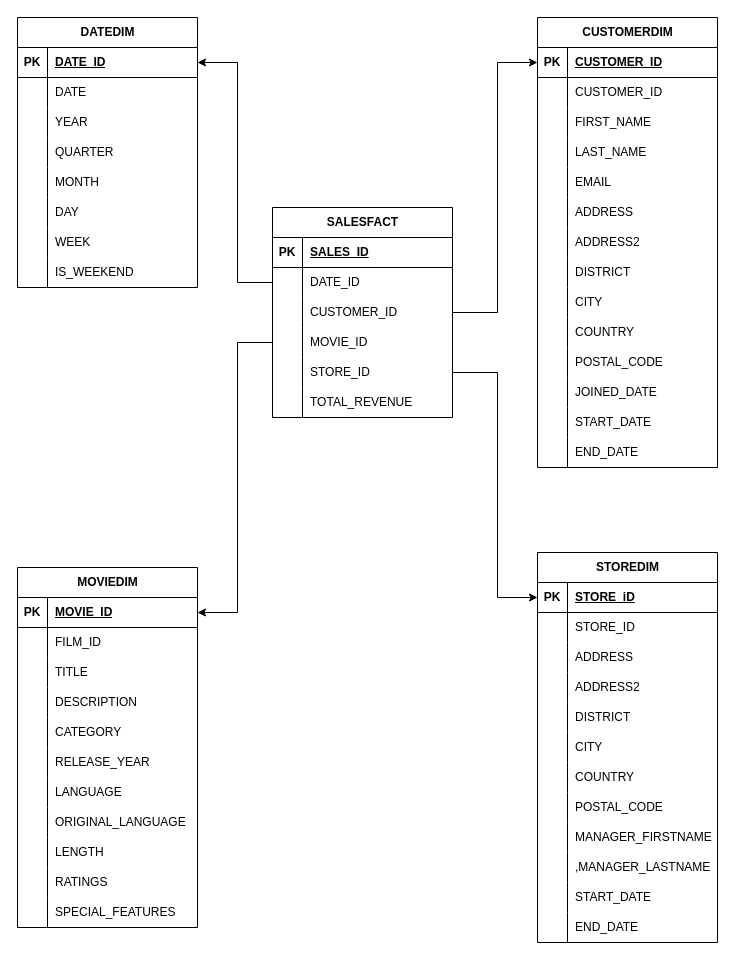
Earlier version of the draw.io diagram SCHEMA-DVDRENTAL.drawio (roqjayson/DEPA). Source tidied: cells renumbered, new cells numbered last; positions are measured from the earlier drawing's top-left corner, leaving out a move shared by most shapes. Both pictures are drawn from the tidied source at 100%, with x=0, y=0 at pixel (17, 17).
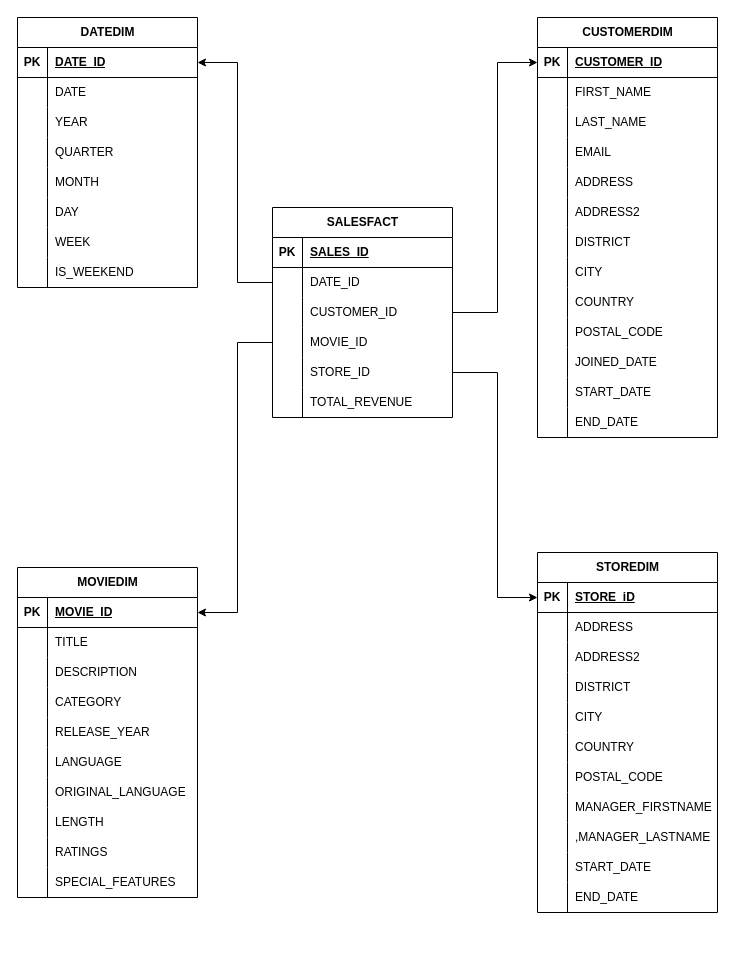
The same page after the edit.

What changed in the source:
```diff
@@
     <mxCell id="46" value="CUSTOMERDIM" style="shape=table;startSize=30;childLayout=tableLayout;rowLines=0;fontStyle=1;align=center;html=1;" parent="1" vertex="1">
-      <mxGeometry x="520" width="180" height="450" as="geometry" />
+      <mxGeometry x="520" width="180" height="420" as="geometry" />
     </mxCell>
@@
-    <mxCell id="50" style="shape=tableRow;horizontal=0;startSize=0;swimlaneHead=0;swimlaneBody=0;fillColor=none;top=0;left=0;right=0;bottom=0;" parent="46" vertex="1">
-      <mxGeometry y="60" width="180" height="30" as="geometry" />
-    </mxCell>
-    <mxCell id="51" style="shape=partialRectangle;fillColor=none;top=0;left=0;bottom=0;right=0;overflow=hidden;whiteSpace=wrap;html=1;" parent="50" vertex="1">
-      <mxGeometry width="30" height="30" as="geometry" />
-    </mxCell>
-    <mxCell id="52" value="CUSTOMER_ID" style="shape=partialRectangle;fillColor=none;top=0;left=0;bottom=0;right=0;align=left;spacingLeft=6;overflow=hidden;whiteSpace=wrap;html=1;" parent="50" vertex="1">
-      <mxGeometry x="30" width="150" height="30" as="geometry" />
-    </mxCell>
     <mxCell id="53" style="shape=tableRow;horizontal=0;startSize=0;swimlaneHead=0;swimlaneBody=0;fillColor=none;top=0;left=0;right=0;bottom=0;" parent="46" vertex="1">
-      <mxGeometry y="90" width="180" height="30" as="geometry" />
+      <mxGeometry y="60" width="180" height="30" as="geometry" />
     </mxCell>
@@
     <mxCell id="56" style="shape=tableRow;horizontal=0;startSize=0;swimlaneHead=0;swimlaneBody=0;fillColor=none;top=0;left=0;right=0;bottom=0;" parent="46" vertex="1">
-      <mxGeometry y="120" width="180" height="30" as="geometry" />
+      <mxGeometry y="90" width="180" height="30" as="geometry" />
     </mxCell>
@@
     <mxCell id="59" style="shape=tableRow;horizontal=0;startSize=0;swimlaneHead=0;swimlaneBody=0;fillColor=none;top=0;left=0;right=0;bottom=0;" parent="46" vertex="1">
-      <mxGeometry y="150" width="180" height="30" as="geometry" />
+      <mxGeometry y="120" width="180" height="30" as="geometry" />
     </mxCell>
@@
     <mxCell id="62" style="shape=tableRow;horizontal=0;startSize=0;swimlaneHead=0;swimlaneBody=0;fillColor=none;top=0;left=0;right=0;bottom=0;" parent="46" vertex="1">
-      <mxGeometry y="180" width="180" height="30" as="geometry" />
+      <mxGeometry y="150" width="180" height="30" as="geometry" />
     </mxCell>
@@
     <mxCell id="65" style="shape=tableRow;horizontal=0;startSize=0;swimlaneHead=0;swimlaneBody=0;fillColor=none;top=0;left=0;right=0;bottom=0;" parent="46" vertex="1">
-      <mxGeometry y="210" width="180" height="30" as="geometry" />
+      <mxGeometry y="180" width="180" height="30" as="geometry" />
     </mxCell>
@@
     <mxCell id="68" style="shape=tableRow;horizontal=0;startSize=0;swimlaneHead=0;swimlaneBody=0;fillColor=none;top=0;left=0;right=0;bottom=0;" parent="46" vertex="1">
-      <mxGeometry y="240" width="180" height="30" as="geometry" />
+      <mxGeometry y="210" width="180" height="30" as="geometry" />
     </mxCell>
@@
     <mxCell id="71" style="shape=tableRow;horizontal=0;startSize=0;swimlaneHead=0;swimlaneBody=0;fillColor=none;top=0;left=0;right=0;bottom=0;" parent="46" vertex="1">
-      <mxGeometry y="270" width="180" height="30" as="geometry" />
+      <mxGeometry y="240" width="180" height="30" as="geometry" />
     </mxCell>
@@
     <mxCell id="74" style="shape=tableRow;horizontal=0;startSize=0;swimlaneHead=0;swimlaneBody=0;fillColor=none;top=0;left=0;right=0;bottom=0;" parent="46" vertex="1">
-      <mxGeometry y="300" width="180" height="30" as="geometry" />
+      <mxGeometry y="270" width="180" height="30" as="geometry" />
     </mxCell>
@@
     <mxCell id="77" style="shape=tableRow;horizontal=0;startSize=0;swimlaneHead=0;swimlaneBody=0;fillColor=none;top=0;left=0;right=0;bottom=0;" parent="46" vertex="1">
-      <mxGeometry y="330" width="180" height="30" as="geometry" />
+      <mxGeometry y="300" width="180" height="30" as="geometry" />
     </mxCell>
@@
     <mxCell id="80" style="shape=tableRow;horizontal=0;startSize=0;swimlaneHead=0;swimlaneBody=0;fillColor=none;top=0;left=0;right=0;bottom=0;" parent="46" vertex="1">
-      <mxGeometry y="360" width="180" height="30" as="geometry" />
+      <mxGeometry y="330" width="180" height="30" as="geometry" />
     </mxCell>
@@
     <mxCell id="83" style="shape=tableRow;horizontal=0;startSize=0;swimlaneHead=0;swimlaneBody=0;fillColor=none;top=0;left=0;right=0;bottom=0;" parent="46" vertex="1">
-      <mxGeometry y="390" width="180" height="30" as="geometry" />
+      <mxGeometry y="360" width="180" height="30" as="geometry" />
     </mxCell>
@@
     <mxCell id="86" style="shape=tableRow;horizontal=0;startSize=0;swimlaneHead=0;swimlaneBody=0;fillColor=none;top=0;left=0;right=0;bottom=0;" parent="46" vertex="1">
-      <mxGeometry y="420" width="180" height="30" as="geometry" />
+      <mxGeometry y="390" width="180" height="30" as="geometry" />
     </mxCell>
@@
     <mxCell id="89" value="MOVIEDIM" style="shape=table;startSize=30;childLayout=tableLayout;rowLines=0;fontStyle=1;align=center;html=1;" parent="1" vertex="1">
-      <mxGeometry y="550" width="180" height="360" as="geometry" />
+      <mxGeometry y="550" width="180" height="330" as="geometry" />
     </mxCell>
@@
-    <mxCell id="93" style="shape=tableRow;horizontal=0;startSize=0;swimlaneHead=0;swimlaneBody=0;fillColor=none;top=0;left=0;right=0;bottom=0;" parent="89" vertex="1">
-      <mxGeometry y="60" width="180" height="30" as="geometry" />
-    </mxCell>
-    <mxCell id="94" style="shape=partialRectangle;fillColor=none;top=0;left=0;bottom=0;right=0;overflow=hidden;whiteSpace=wrap;html=1;" parent="93" vertex="1">
-      <mxGeometry width="30" height="30" as="geometry" />
-    </mxCell>
-    <mxCell id="95" value="FILM_ID" style="shape=partialRectangle;fillColor=none;top=0;left=0;bottom=0;right=0;align=left;spacingLeft=6;overflow=hidden;whiteSpace=wrap;html=1;" parent="93" vertex="1">
-      <mxGeometry x="30" width="150" height="30" as="geometry" />
-    </mxCell>
     <mxCell id="96" style="shape=tableRow;horizontal=0;startSize=0;swimlaneHead=0;swimlaneBody=0;fillColor=none;top=0;left=0;right=0;bottom=0;" parent="89" vertex="1">
-      <mxGeometry y="90" width="180" height="30" as="geometry" />
+      <mxGeometry y="60" width="180" height="30" as="geometry" />
     </mxCell>
@@
     <mxCell id="99" style="shape=tableRow;horizontal=0;startSize=0;swimlaneHead=0;swimlaneBody=0;fillColor=none;top=0;left=0;right=0;bottom=0;" parent="89" vertex="1">
-      <mxGeometry y="120" width="180" height="30" as="geometry" />
+      <mxGeometry y="90" width="180" height="30" as="geometry" />
     </mxCell>
@@
     <mxCell id="102" style="shape=tableRow;horizontal=0;startSize=0;swimlaneHead=0;swimlaneBody=0;fillColor=none;top=0;left=0;right=0;bottom=0;" parent="89" vertex="1">
-      <mxGeometry y="150" width="180" height="30" as="geometry" />
+      <mxGeometry y="120" width="180" height="30" as="geometry" />
     </mxCell>
@@
     <mxCell id="105" style="shape=tableRow;horizontal=0;startSize=0;swimlaneHead=0;swimlaneBody=0;fillColor=none;top=0;left=0;right=0;bottom=0;" parent="89" vertex="1">
-      <mxGeometry y="180" width="180" height="30" as="geometry" />
+      <mxGeometry y="150" width="180" height="30" as="geometry" />
     </mxCell>
@@
     <mxCell id="108" style="shape=tableRow;horizontal=0;startSize=0;swimlaneHead=0;swimlaneBody=0;fillColor=none;top=0;left=0;right=0;bottom=0;" parent="89" vertex="1">
-      <mxGeometry y="210" width="180" height="30" as="geometry" />
+      <mxGeometry y="180" width="180" height="30" as="geometry" />
     </mxCell>
@@
     <mxCell id="111" style="shape=tableRow;horizontal=0;startSize=0;swimlaneHead=0;swimlaneBody=0;fillColor=none;top=0;left=0;right=0;bottom=0;" parent="89" vertex="1">
-      <mxGeometry y="240" width="180" height="30" as="geometry" />
+      <mxGeometry y="210" width="180" height="30" as="geometry" />
     </mxCell>
@@
     <mxCell id="114" style="shape=tableRow;horizontal=0;startSize=0;swimlaneHead=0;swimlaneBody=0;fillColor=none;top=0;left=0;right=0;bottom=0;" parent="89" vertex="1">
-      <mxGeometry y="270" width="180" height="30" as="geometry" />
+      <mxGeometry y="240" width="180" height="30" as="geometry" />
     </mxCell>
@@
     <mxCell id="117" style="shape=tableRow;horizontal=0;startSize=0;swimlaneHead=0;swimlaneBody=0;fillColor=none;top=0;left=0;right=0;bottom=0;" parent="89" vertex="1">
-      <mxGeometry y="300" width="180" height="30" as="geometry" />
+      <mxGeometry y="270" width="180" height="30" as="geometry" />
     </mxCell>
@@
     <mxCell id="120" style="shape=tableRow;horizontal=0;startSize=0;swimlaneHead=0;swimlaneBody=0;fillColor=none;top=0;left=0;right=0;bottom=0;" parent="89" vertex="1">
-      <mxGeometry y="330" width="180" height="30" as="geometry" />
+      <mxGeometry y="300" width="180" height="30" as="geometry" />
     </mxCell>
@@
     <mxCell id="123" value="STOREDIM&lt;br&gt;" style="shape=table;startSize=30;childLayout=tableLayout;rowLines=0;fontStyle=1;align=center;html=1;" parent="1" vertex="1">
-      <mxGeometry x="520" y="535" width="180" height="390" as="geometry" />
+      <mxGeometry x="520" y="535" width="180" height="360" as="geometry" />
     </mxCell>
@@
-    <mxCell id="127" style="shape=tableRow;horizontal=0;startSize=0;swimlaneHead=0;swimlaneBody=0;fillColor=none;top=0;left=0;right=0;bottom=0;" parent="123" vertex="1">
-      <mxGeometry y="60" width="180" height="30" as="geometry" />
-    </mxCell>
-    <mxCell id="128" style="shape=partialRectangle;fillColor=none;top=0;left=0;bottom=0;right=0;overflow=hidden;whiteSpace=wrap;html=1;" parent="127" vertex="1">
-      <mxGeometry width="30" height="30" as="geometry" />
-    </mxCell>
-    <mxCell id="129" value="STORE_ID" style="shape=partialRectangle;fillColor=none;top=0;left=0;bottom=0;right=0;align=left;spacingLeft=6;overflow=hidden;whiteSpace=wrap;html=1;" parent="127" vertex="1">
-      <mxGeometry x="30" width="150" height="30" as="geometry" />
-    </mxCell>
     <mxCell id="130" style="shape=tableRow;horizontal=0;startSize=0;swimlaneHead=0;swimlaneBody=0;fillColor=none;top=0;left=0;right=0;bottom=0;" parent="123" vertex="1">
-      <mxGeometry y="90" width="180" height="30" as="geometry" />
+      <mxGeometry y="60" width="180" height="30" as="geometry" />
     </mxCell>
@@
     <mxCell id="133" style="shape=tableRow;horizontal=0;startSize=0;swimlaneHead=0;swimlaneBody=0;fillColor=none;top=0;left=0;right=0;bottom=0;" parent="123" vertex="1">
-      <mxGeometry y="120" width="180" height="30" as="geometry" />
+      <mxGeometry y="90" width="180" height="30" as="geometry" />
     </mxCell>
@@
     <mxCell id="136" style="shape=tableRow;horizontal=0;startSize=0;swimlaneHead=0;swimlaneBody=0;fillColor=none;top=0;left=0;right=0;bottom=0;" parent="123" vertex="1">
-      <mxGeometry y="150" width="180" height="30" as="geometry" />
+      <mxGeometry y="120" width="180" height="30" as="geometry" />
     </mxCell>
@@
     <mxCell id="139" style="shape=tableRow;horizontal=0;startSize=0;swimlaneHead=0;swimlaneBody=0;fillColor=none;top=0;left=0;right=0;bottom=0;" parent="123" vertex="1">
-      <mxGeometry y="180" width="180" height="30" as="geometry" />
+      <mxGeometry y="150" width="180" height="30" as="geometry" />
     </mxCell>
@@
     <mxCell id="142" style="shape=tableRow;horizontal=0;startSize=0;swimlaneHead=0;swimlaneBody=0;fillColor=none;top=0;left=0;right=0;bottom=0;" parent="123" vertex="1">
-      <mxGeometry y="210" width="180" height="30" as="geometry" />
+      <mxGeometry y="180" width="180" height="30" as="geometry" />
     </mxCell>
@@
     <mxCell id="145" style="shape=tableRow;horizontal=0;startSize=0;swimlaneHead=0;swimlaneBody=0;fillColor=none;top=0;left=0;right=0;bottom=0;" parent="123" vertex="1">
-      <mxGeometry y="240" width="180" height="30" as="geometry" />
+      <mxGeometry y="210" width="180" height="30" as="geometry" />
     </mxCell>
@@
     <mxCell id="148" style="shape=tableRow;horizontal=0;startSize=0;swimlaneHead=0;swimlaneBody=0;fillColor=none;top=0;left=0;right=0;bottom=0;" parent="123" vertex="1">
-      <mxGeometry y="270" width="180" height="30" as="geometry" />
+      <mxGeometry y="240" width="180" height="30" as="geometry" />
     </mxCell>
@@
     <mxCell id="151" style="shape=tableRow;horizontal=0;startSize=0;swimlaneHead=0;swimlaneBody=0;fillColor=none;top=0;left=0;right=0;bottom=0;" parent="123" vertex="1">
-      <mxGeometry y="300" width="180" height="30" as="geometry" />
+      <mxGeometry y="270" width="180" height="30" as="geometry" />
     </mxCell>
@@
     <mxCell id="154" style="shape=tableRow;horizontal=0;startSize=0;swimlaneHead=0;swimlaneBody=0;fillColor=none;top=0;left=0;right=0;bottom=0;" parent="123" vertex="1">
-      <mxGeometry y="330" width="180" height="30" as="geometry" />
+      <mxGeometry y="300" width="180" height="30" as="geometry" />
     </mxCell>
@@
     <mxCell id="157" style="shape=tableRow;horizontal=0;startSize=0;swimlaneHead=0;swimlaneBody=0;fillColor=none;top=0;left=0;right=0;bottom=0;" parent="123" vertex="1">
-      <mxGeometry y="360" width="180" height="30" as="geometry" />
+      <mxGeometry y="330" width="180" height="30" as="geometry" />
     </mxCell>
```
